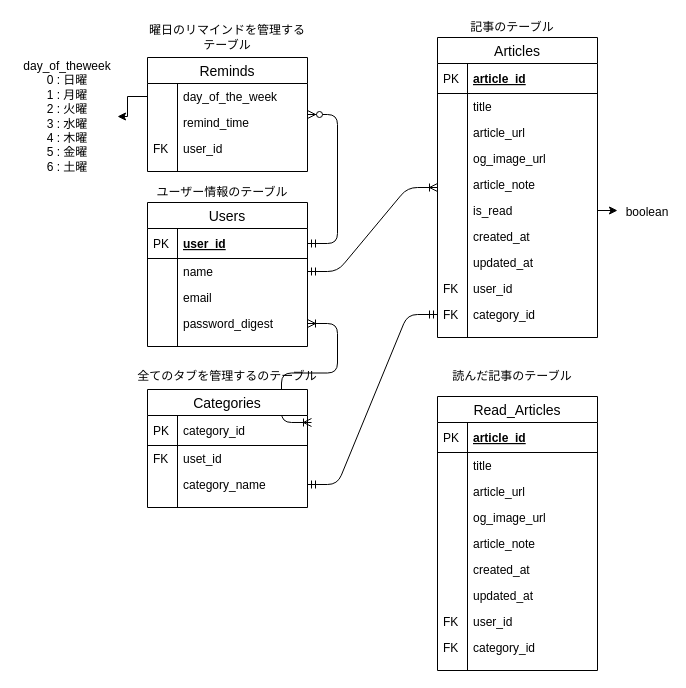
Yosuke-Aramaki/gx_app_3 keeps this draw.io diagram as rails_api/ERD.drawio. Above is the earlier version. Source tidied: cells renumbered, new cells numbered last; positions are measured from the earlier drawing's top-left corner, leaving out a move shared by most shapes. Both pictures are drawn from the tidied source at 100%, with x=0, y=0 at pixel (17, 17).
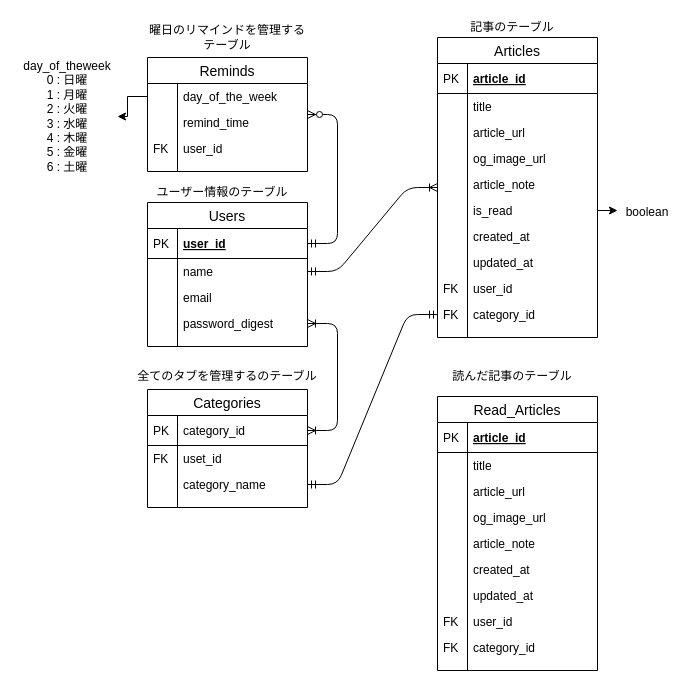
The same page after the edit.

Unchanged cells that the change refers to:
```xml
<mxCell id="9" value="password_digest" style="shape=partialRectangle;top=0;left=0;right=0;bottom=0;align=left;verticalAlign=top;fillColor=none;spacingLeft=34;spacingRight=4;overflow=hidden;points=[[0,0.5],[1,0.5]];portConstraint=eastwest;fontSize=12;" parent="2" vertex="1">
  <mxGeometry y="108" width="160" height="26" as="geometry" />
</mxCell>
<mxCell id="36" value="category_id" style="shape=partialRectangle;top=0;left=0;right=0;bottom=1;align=left;verticalAlign=middle;fillColor=none;spacingLeft=34;spacingRight=4;overflow=hidden;points=[[0,0.5],[1,0.5]];portConstraint=eastwest;fontStyle=0;fontSize=12;" parent="35" vertex="1">
  <mxGeometry y="26" width="160" height="30" as="geometry" />
</mxCell>
```

The edit, as a diff of the source:
```diff
@@
-    <mxCell id="15" style="edgeStyle=entityRelationEdgeStyle;fontSize=12;html=1;endArrow=ERoneToMany;startArrow=ERoneToMany;exitX=1.025;exitY=0.233;exitDx=0;exitDy=0;exitPerimeter=0;" parent="1" edge="1" source="36" target="9">
+    <mxCell id="15" style="edgeStyle=entityRelationEdgeStyle;fontSize=12;html=1;endArrow=ERoneToMany;startArrow=ERoneToMany;" parent="1" edge="1" source="36" target="9">
       <mxGeometry relative="1" as="geometry" />
     </mxCell>
```
